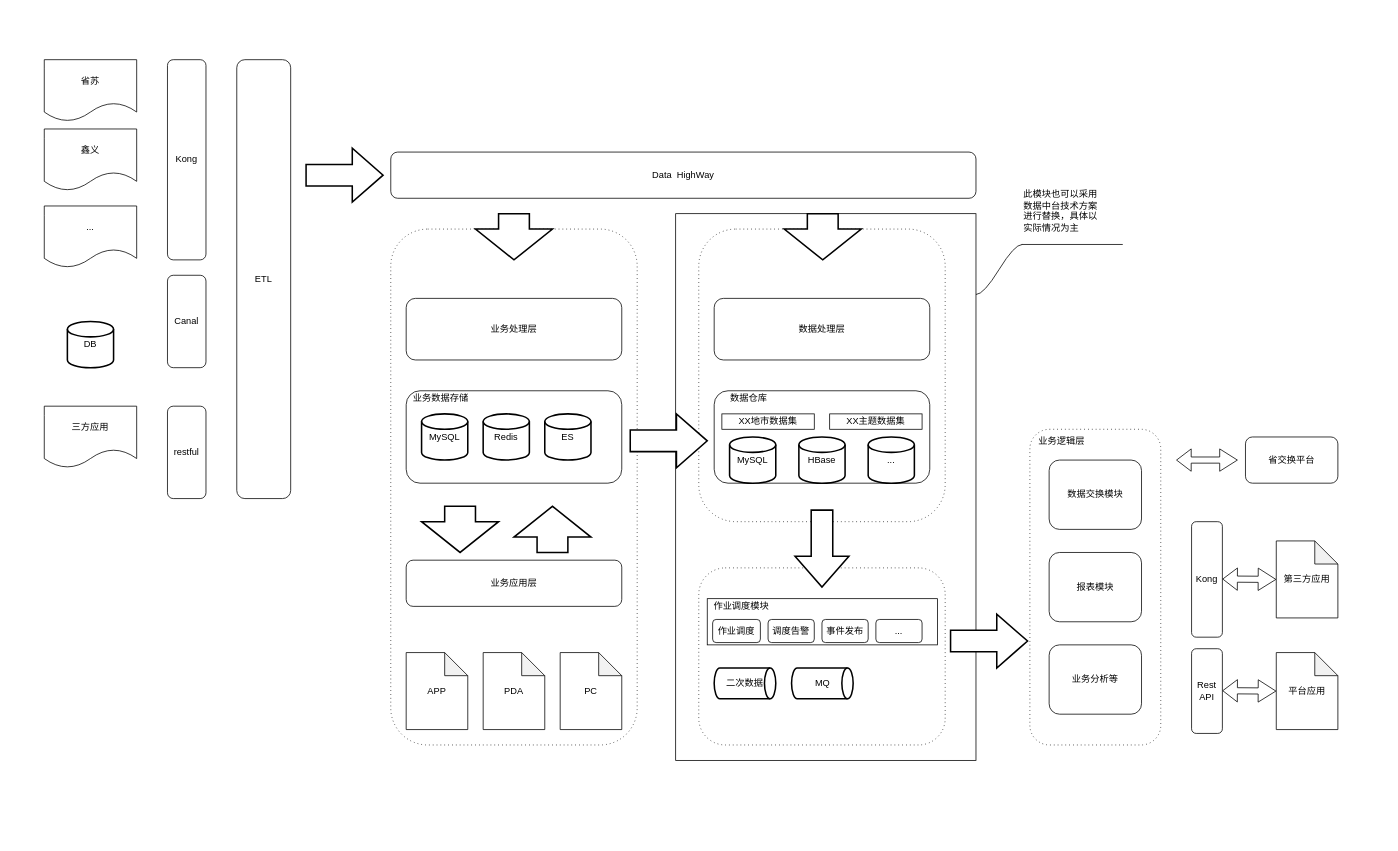
This is 疫苗数据中心.drawio from wylyf3030/draw, a draw.io file, before an edit. Source tidied: cells renumbered, new cells numbered last; positions are measured from the earlier drawing's top-left corner, leaving out a move shared by most shapes. Both pictures are drawn from the tidied source at 77%, with x=0, y=0 at pixel (44, 59).
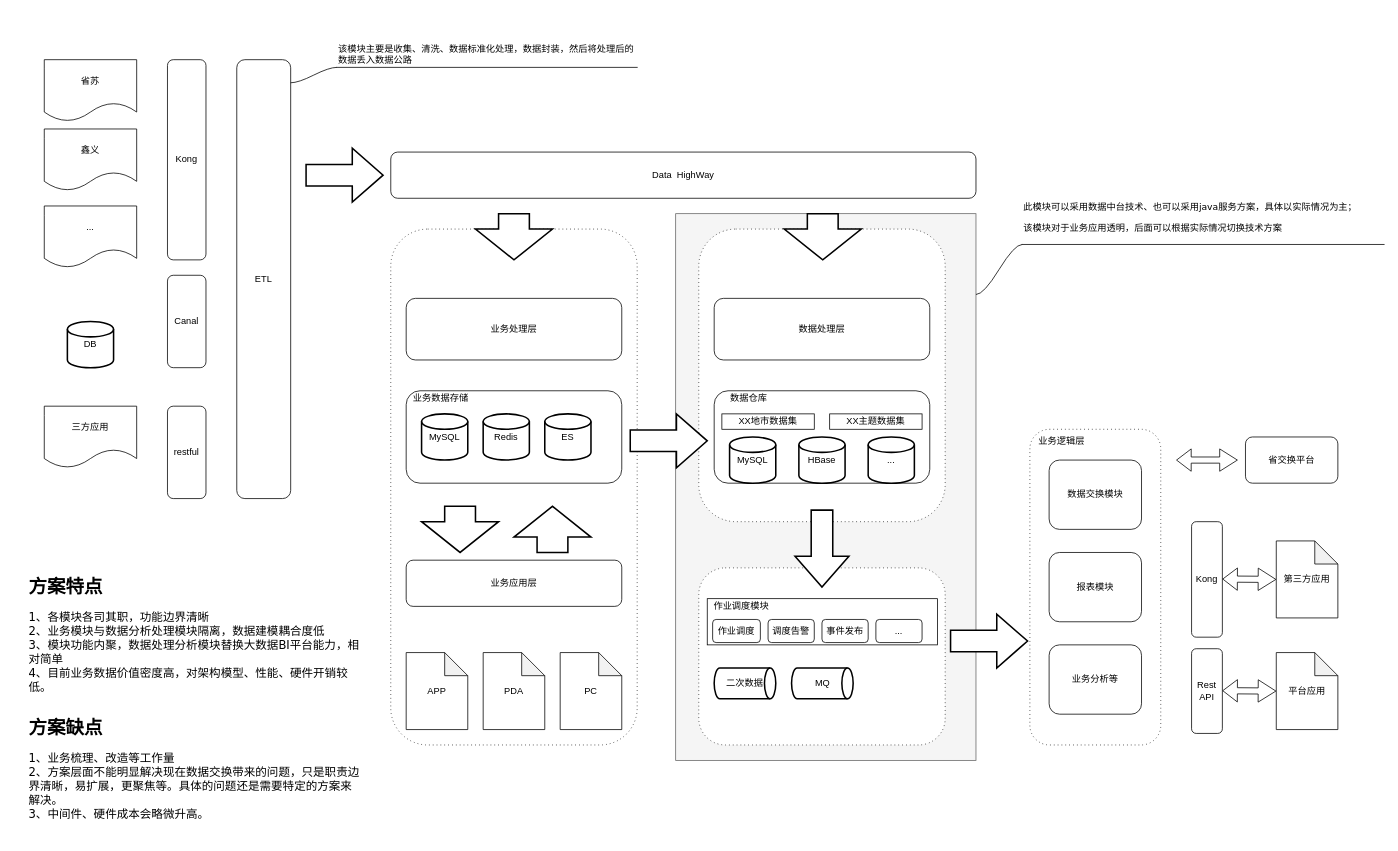
The same page after the edit.

Commit message:
Update 疫苗数据中心.drawio

The edit, as a diff of the source:
```diff
@@
-    <mxCell id="2" style="rounded=0;whiteSpace=wrap;html=1;" parent="1" vertex="1">
+    <mxCell id="2" style="rounded=0;whiteSpace=wrap;html=1;fillColor=#f5f5f5;strokeColor=#666666;fontColor=#333333;" parent="1" vertex="1">
       <mxGeometry x="820" y="200" width="390" height="710" as="geometry" />
     </mxCell>
@@
-    <mxCell id="63" value="&lt;p&gt;此模块也可以采用&lt;br&gt;数据中台技术方案&lt;br&gt;进行替换，具体以&lt;br&gt;实际情况为主&lt;/p&gt;" style="whiteSpace=wrap;html=1;shape=partialRectangle;top=0;left=0;bottom=1;right=0;points=[[0,1],[1,1]];fillColor=none;align=left;verticalAlign=bottom;routingCenterY=0.5;snapToPoint=1;newEdgeStyle={&quot;edgeStyle&quot;:&quot;entityRelationEdgeStyle&quot;,&quot;startArrow&quot;:&quot;none&quot;,&quot;endArrow&quot;:&quot;none&quot;,&quot;segment&quot;:10,&quot;curved&quot;:1};textDirection=ltr;horizontal=1;fontFamily=Verdana;" parent="1" vertex="1">
-      <mxGeometry x="1270" y="130" width="130" height="110" as="geometry" />
+    <mxCell id="63" value="&lt;p&gt;此模块可以采用数据中台技术、也可以采用java服务方案，具体以实际情况为主；&lt;/p&gt;&lt;p&gt;该模块对于业务应用透明，后面可以根据实际情况切换技术方案&lt;/p&gt;" style="whiteSpace=wrap;html=1;shape=partialRectangle;top=0;left=0;bottom=1;right=0;points=[[0,1],[1,1]];fillColor=none;align=left;verticalAlign=bottom;routingCenterY=0.5;snapToPoint=1;newEdgeStyle={&quot;edgeStyle&quot;:&quot;entityRelationEdgeStyle&quot;,&quot;startArrow&quot;:&quot;none&quot;,&quot;endArrow&quot;:&quot;none&quot;,&quot;segment&quot;:10,&quot;curved&quot;:1};textDirection=ltr;horizontal=1;fontFamily=Verdana;" parent="1" vertex="1">
+      <mxGeometry x="1270" y="130" width="470" height="110" as="geometry" />
     </mxCell>
@@
+    <mxCell id="65" value="该模块主要是收集、清洗、数据标准化处理，数据封装，然后将处理后的数据丢入数据公路" style="whiteSpace=wrap;html=1;shape=partialRectangle;top=0;left=0;bottom=1;right=0;points=[[0,1],[1,1]];fillColor=none;align=left;verticalAlign=bottom;routingCenterY=0.5;snapToPoint=1;newEdgeStyle={&quot;edgeStyle&quot;:&quot;entityRelationEdgeStyle&quot;,&quot;startArrow&quot;:&quot;none&quot;,&quot;endArrow&quot;:&quot;none&quot;,&quot;segment&quot;:10,&quot;curved&quot;:1};fontFamily=Verdana;" parent="1" vertex="1">
+      <mxGeometry x="380" y="-60" width="390" height="70" as="geometry" />
+    </mxCell>
+    <mxCell id="66" style="edgeStyle=entityRelationEdgeStyle;startArrow=none;endArrow=none;segment=10;curved=1;fontFamily=Verdana;" parent="1" edge="1" target="65">
+      <mxGeometry relative="1" as="geometry">
+        <mxPoint x="320" y="30" as="sourcePoint" />
+      </mxGeometry>
+    </mxCell>
+    <mxCell id="67" value="&lt;h1&gt;方案特点&lt;/h1&gt;&lt;div style=&quot;font-size: 15px&quot;&gt;&lt;font style=&quot;font-size: 15px&quot;&gt;1、各模块各司其职，功能边界清晰&lt;/font&gt;&lt;/div&gt;&lt;div style=&quot;font-size: 15px&quot;&gt;&lt;font style=&quot;font-size: 15px&quot;&gt;2、业务模块与数据分析处理模块隔离，数据建模耦合度低&lt;/font&gt;&lt;/div&gt;&lt;div style=&quot;font-size: 15px&quot;&gt;&lt;font style=&quot;font-size: 15px&quot;&gt;3、模块功能内聚，数据处理分析模块替换大数据BI平台能力，相对简单&lt;/font&gt;&lt;/div&gt;&lt;div style=&quot;font-size: 15px&quot;&gt;&lt;font style=&quot;font-size: 15px&quot;&gt;4、目前业务数据价值密度高，对架构模型、性能、硬件开销较低。&lt;/font&gt;&lt;/div&gt;&lt;div&gt;&lt;br&gt;&lt;/div&gt;&lt;h1&gt;方案缺点&lt;/h1&gt;&lt;div style=&quot;font-size: 15px&quot;&gt;&lt;font style=&quot;font-size: 15px&quot;&gt;1、业务梳理、改造等工作量&lt;/font&gt;&lt;/div&gt;&lt;div style=&quot;font-size: 15px&quot;&gt;&lt;font style=&quot;font-size: 15px&quot;&gt;2、方案层面不能明显解决现在数据交换带来的问题，只是职责边界清晰，易扩展，更聚焦等。具体的问题还是需要特定的方案来解决&lt;span&gt;。&lt;/span&gt;&lt;/font&gt;&lt;/div&gt;&lt;div style=&quot;font-size: 15px&quot;&gt;&lt;font style=&quot;font-size: 15px&quot;&gt;3、中间件、硬件成本会略微升高。&lt;/font&gt;&lt;/div&gt;" style="text;html=1;strokeColor=none;fillColor=none;spacing=20;spacingTop=-20;whiteSpace=wrap;overflow=hidden;rounded=0;fontFamily=Verdana;align=left;spacingLeft=0;horizontal=1;" parent="1" vertex="1">
+      <mxGeometry x="-40" y="650" width="470" height="360" as="geometry" />
+    </mxCell>
```
